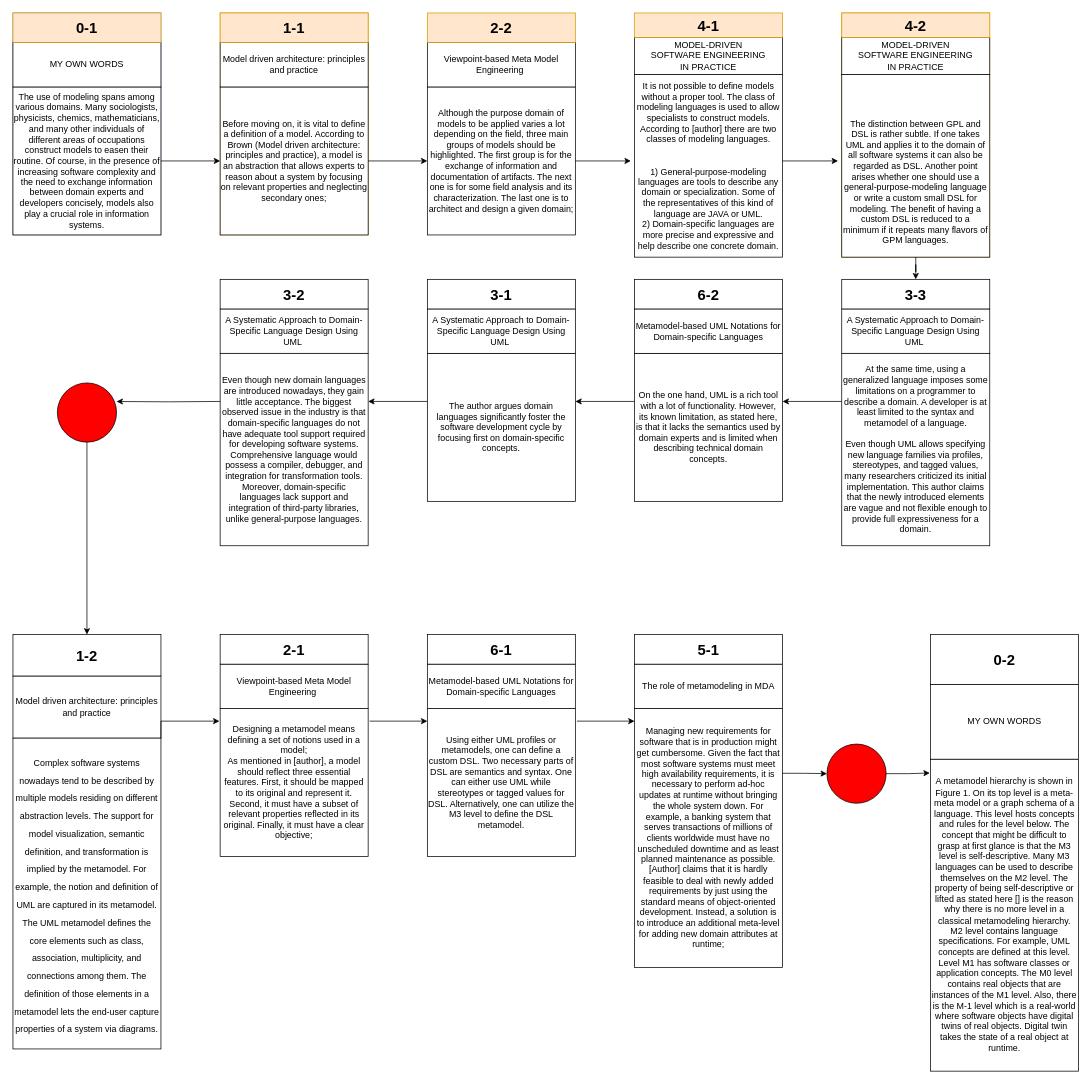
Earlier version of the draw.io diagram papers/models and metamodels/models and metamodels.drawio (AntonSk98/User-driven-constraint-modelling-for-entity-models-at-runtime). Source tidied: cells renumbered, new cells numbered last; positions are measured from the earlier drawing's top-left corner, leaving out a move shared by most shapes. Both pictures are drawn from the tidied source at 74%, with x=0, y=0 at pixel (13, 13).
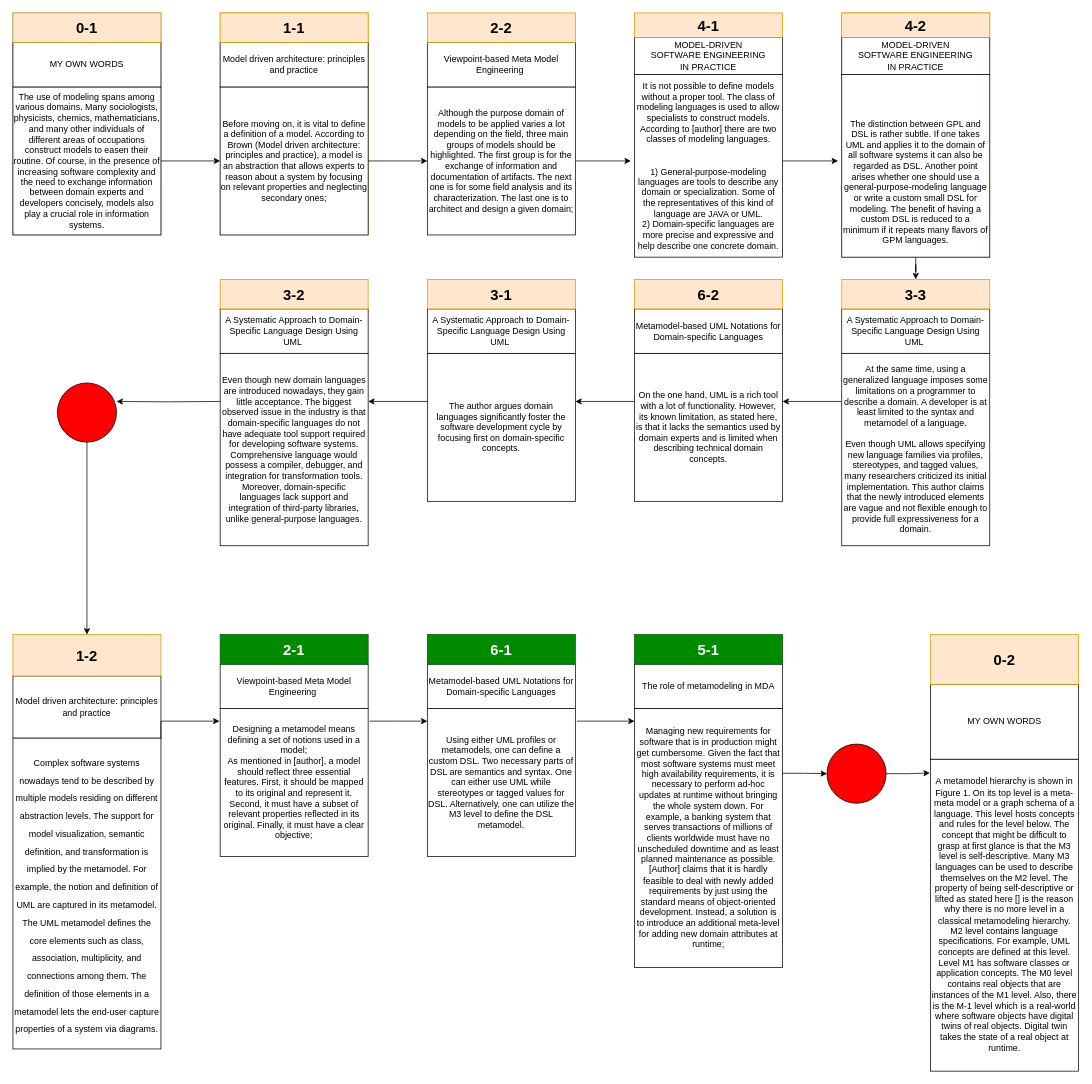
The same page after the edit.

Commit message (it also covers changes not shown here):
Update User-Driven Constraint Modelling for Entity Models at Runtime.zip, mde.drawio, and 3 more files...

Unchanged cells that the change refers to:
```xml
<mxCell id="6" style="group;" parent="1" vertex="1">
  <mxGeometry y="840" width="200" height="560" as="geometry" />
</mxCell>
<mxCell id="14" style="group;" parent="1" vertex="1">
  <mxGeometry x="280" y="840" width="200" height="300" as="geometry" />
</mxCell>
<mxCell id="22" style="group;" parent="1" vertex="1">
  <mxGeometry x="560" y="360" width="200" height="300" as="geometry" />
</mxCell>
<mxCell id="26" style="group;" parent="1" vertex="1">
  <mxGeometry x="280" y="360" width="200" height="360" as="geometry" />
</mxCell>
<mxCell id="30" style="group;" parent="1" vertex="1">
  <mxGeometry x="1120" y="360" width="200" height="360" as="geometry" />
</mxCell>
<mxCell id="42" style="group;" parent="1" vertex="1">
  <mxGeometry x="840" y="840" width="200" height="450" as="geometry" />
</mxCell>
<mxCell id="46" style="group;" parent="1" vertex="1">
  <mxGeometry x="560" y="840" width="200" height="300" as="geometry" />
</mxCell>
<mxCell id="50" style="group;" parent="1" vertex="1">
  <mxGeometry x="840" y="360" width="200" height="300" as="geometry" />
</mxCell>
<mxCell id="54" style="group;" parent="1" vertex="1">
  <mxGeometry x="1240" y="840" width="200" height="590" as="geometry" />
</mxCell>
```

The edit, as a diff of the source:
```diff
@@
-    <mxCell id="8" value="&lt;font style=&quot;font-size: 20px;&quot;&gt;&lt;b&gt;1-2&lt;/b&gt;&lt;/font&gt;" style="rounded=0;whiteSpace=wrap;html=1;" parent="6" vertex="1">
+    <mxCell id="8" value="&lt;font style=&quot;font-size: 20px;&quot;&gt;&lt;b&gt;1-2&lt;/b&gt;&lt;/font&gt;" style="rounded=0;whiteSpace=wrap;html=1;fillColor=#ffe6cc;strokeColor=#d79b00;" parent="6" vertex="1">
       <mxGeometry width="200" height="56" as="geometry" />
     </mxCell>
@@
-    <mxCell id="17" value="&lt;font style=&quot;font-size: 20px;&quot;&gt;&lt;b&gt;2-1&lt;/b&gt;&lt;/font&gt;" style="rounded=0;whiteSpace=wrap;html=1;" parent="14" vertex="1">
+    <mxCell id="17" value="&lt;font style=&quot;font-size: 20px;&quot;&gt;&lt;b&gt;2-1&lt;/b&gt;&lt;/font&gt;" style="rounded=0;whiteSpace=wrap;html=1;fillColor=#008a00;strokeColor=#005700;fontColor=#ffffff;" parent="14" vertex="1">
       <mxGeometry width="200" height="40" as="geometry" />
     </mxCell>
@@
-    <mxCell id="25" value="&lt;font style=&quot;font-size: 20px;&quot;&gt;&lt;b&gt;3-1&lt;/b&gt;&lt;/font&gt;" style="rounded=0;whiteSpace=wrap;html=1;" parent="22" vertex="1">
+    <mxCell id="25" value="&lt;font style=&quot;font-size: 20px;&quot;&gt;&lt;b&gt;3-1&lt;/b&gt;&lt;/font&gt;" style="rounded=0;whiteSpace=wrap;html=1;fillColor=#ffe6cc;strokeColor=#d79b00;" parent="22" vertex="1">
       <mxGeometry width="200" height="40" as="geometry" />
     </mxCell>
@@
-    <mxCell id="28" value="&lt;font style=&quot;font-size: 20px;&quot;&gt;&lt;b&gt;3-2&lt;/b&gt;&lt;/font&gt;" style="rounded=0;whiteSpace=wrap;html=1;" parent="26" vertex="1">
+    <mxCell id="28" value="&lt;font style=&quot;font-size: 20px;&quot;&gt;&lt;b&gt;3-2&lt;/b&gt;&lt;/font&gt;" style="rounded=0;whiteSpace=wrap;html=1;fillColor=#ffe6cc;strokeColor=#d79b00;" parent="26" vertex="1">
       <mxGeometry width="200" height="40" as="geometry" />
     </mxCell>
@@
-    <mxCell id="32" value="&lt;font style=&quot;font-size: 20px;&quot;&gt;&lt;b&gt;3-3&lt;/b&gt;&lt;/font&gt;" style="rounded=0;whiteSpace=wrap;html=1;" parent="30" vertex="1">
+    <mxCell id="32" value="&lt;font style=&quot;font-size: 20px;&quot;&gt;&lt;b&gt;3-3&lt;/b&gt;&lt;/font&gt;" style="rounded=0;whiteSpace=wrap;html=1;fillColor=#ffe6cc;strokeColor=#d79b00;" parent="30" vertex="1">
       <mxGeometry width="200" height="40" as="geometry" />
     </mxCell>
@@
-    <mxCell id="44" value="&lt;font style=&quot;font-size: 20px;&quot;&gt;&lt;b&gt;5-1&lt;/b&gt;&lt;/font&gt;" style="rounded=0;whiteSpace=wrap;html=1;" parent="42" vertex="1">
+    <mxCell id="44" value="&lt;font style=&quot;font-size: 20px;&quot;&gt;&lt;b&gt;5-1&lt;/b&gt;&lt;/font&gt;" style="rounded=0;whiteSpace=wrap;html=1;fillColor=#008a00;strokeColor=#005700;fontColor=#ffffff;" parent="42" vertex="1">
       <mxGeometry width="200" height="40" as="geometry" />
     </mxCell>
@@
-    <mxCell id="49" value="&lt;font style=&quot;font-size: 20px;&quot;&gt;&lt;b&gt;6-1&lt;/b&gt;&lt;/font&gt;" style="rounded=0;whiteSpace=wrap;html=1;" parent="46" vertex="1">
+    <mxCell id="49" value="&lt;font style=&quot;font-size: 20px;&quot;&gt;&lt;b&gt;6-1&lt;/b&gt;&lt;/font&gt;" style="rounded=0;whiteSpace=wrap;html=1;fillColor=#008a00;strokeColor=#005700;fontColor=#ffffff;" parent="46" vertex="1">
       <mxGeometry width="200" height="40" as="geometry" />
     </mxCell>
@@
-    <mxCell id="53" value="&lt;font style=&quot;font-size: 20px;&quot;&gt;&lt;b&gt;6-2&lt;/b&gt;&lt;/font&gt;" style="rounded=0;whiteSpace=wrap;html=1;" parent="50" vertex="1">
+    <mxCell id="53" value="&lt;font style=&quot;font-size: 20px;&quot;&gt;&lt;b&gt;6-2&lt;/b&gt;&lt;/font&gt;" style="rounded=0;whiteSpace=wrap;html=1;fillColor=#ffe6cc;strokeColor=#d79b00;" parent="50" vertex="1">
       <mxGeometry width="200" height="40" as="geometry" />
     </mxCell>
@@
-    <mxCell id="56" value="&lt;font style=&quot;font-size: 20px;&quot;&gt;&lt;b&gt;0-2&lt;/b&gt;&lt;/font&gt;" style="rounded=0;whiteSpace=wrap;html=1;" parent="54" vertex="1">
+    <mxCell id="56" value="&lt;font style=&quot;font-size: 20px;&quot;&gt;&lt;b&gt;0-2&lt;/b&gt;&lt;/font&gt;" style="rounded=0;whiteSpace=wrap;html=1;fillColor=#ffe6cc;strokeColor=#d79b00;" parent="54" vertex="1">
       <mxGeometry width="200" height="67.4" as="geometry" />
     </mxCell>
```
